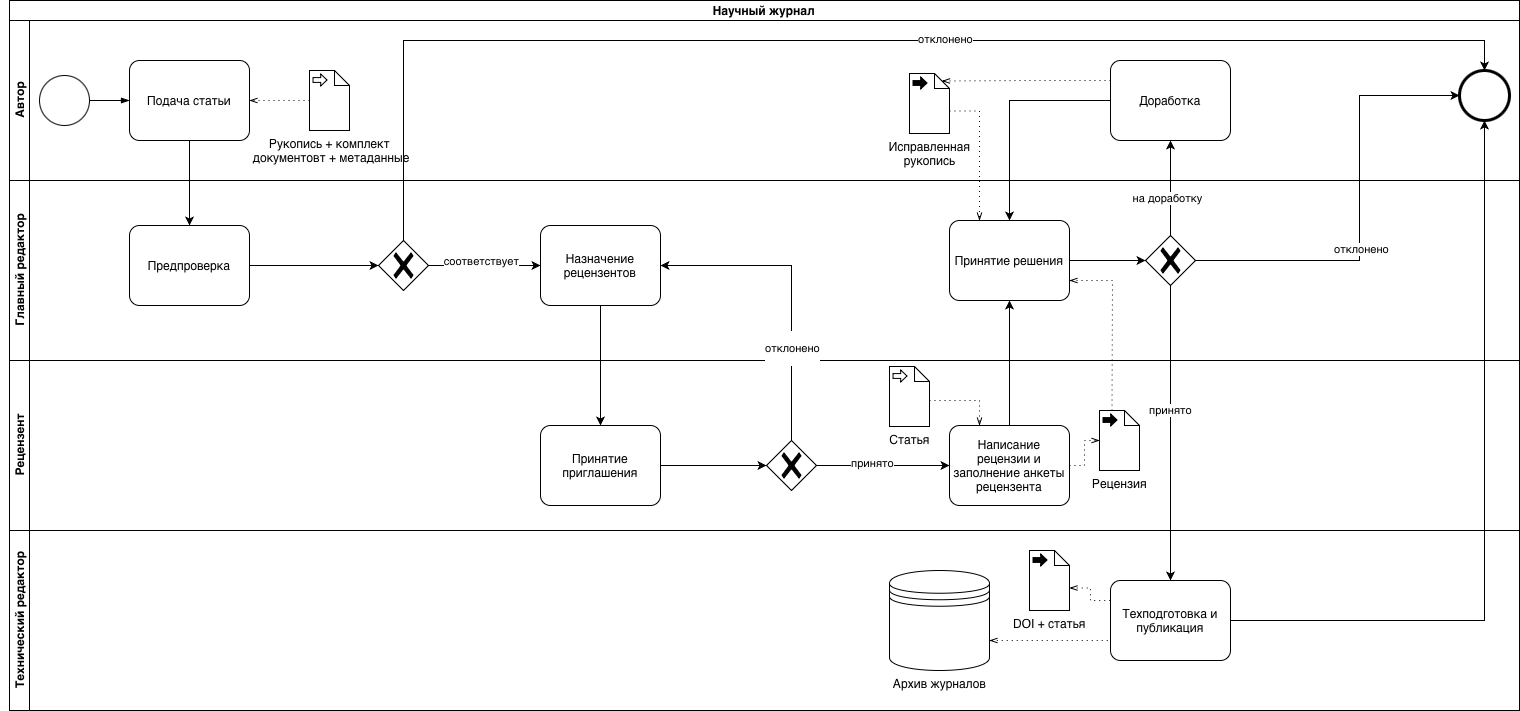
B-es/ScieJournalVSTU keeps this draw.io diagram as about/BPMN.png. Above is the earlier version. Source tidied: cells renumbered, new cells last; positions are measured from the earlier drawing's top-left corner, leaving out a move shared by most shapes.
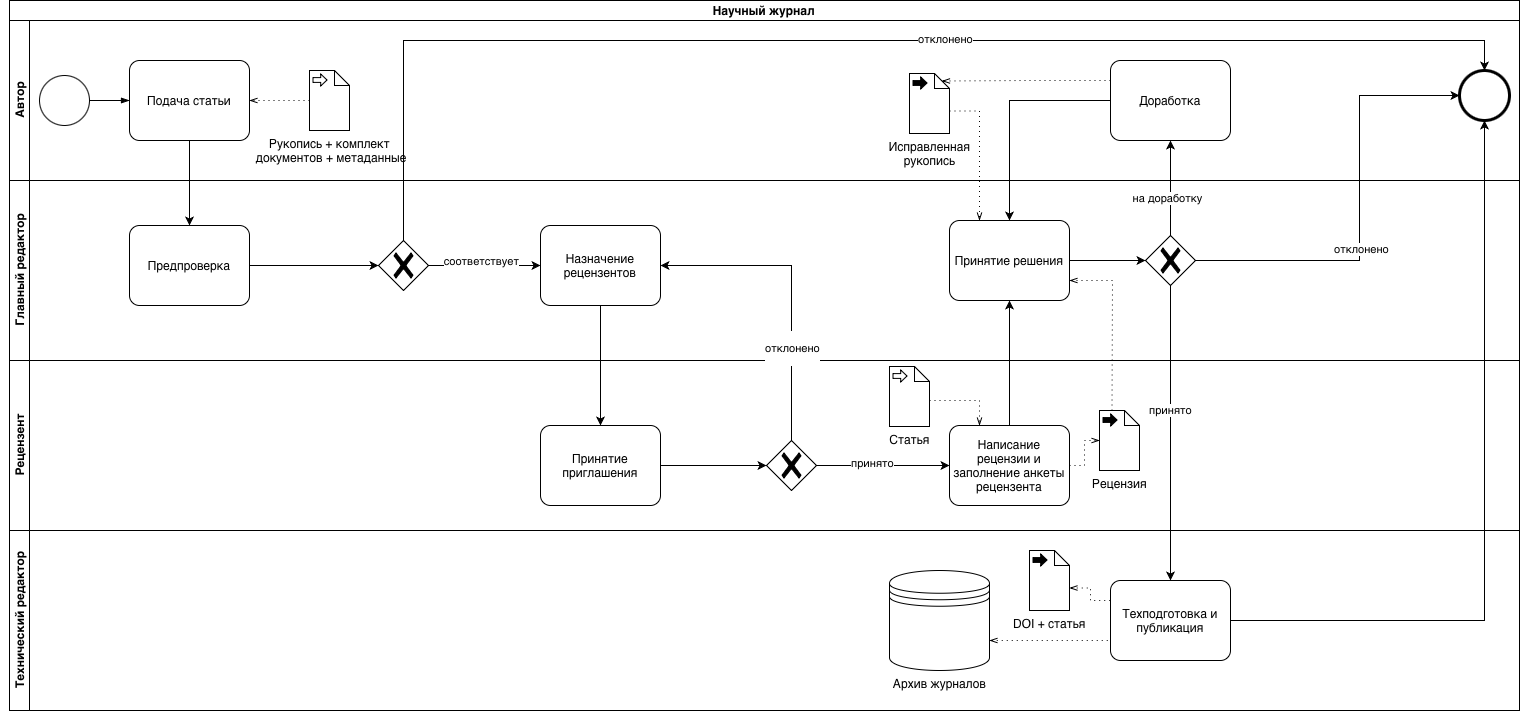
The same file after the commit.

Change to the diagram source:
```diff
@@ -1,4 +1,4 @@
-<mxGraphModel>
+<mxGraphModel background="#ffffff">
   <root>
     <mxCell id="0" />
     <mxCell id="1" parent="0" />
@@ -29,7 +29,7 @@
     <mxCell id="10" value="Исправленная&lt;br&gt;рукопись" style="shape=mxgraph.bpmn.data2;labelPosition=center;verticalLabelPosition=bottom;align=center;verticalAlign=top;size=15;html=1;bpmnTransferType=output;" parent="3" vertex="1">
       <mxGeometry x="900" y="53" width="40" height="60" as="geometry" />
     </mxCell>
-    <mxCell id="11" value="Рукопись + комплект&lt;div&gt;&amp;nbsp;документовт + метаданные&lt;/div&gt;" style="shape=mxgraph.bpmn.data2;labelPosition=center;verticalLabelPosition=bottom;align=center;verticalAlign=top;size=15;html=1;bpmnTransferType=input;" parent="3" vertex="1">
+    <mxCell id="11" value="Рукопись + комплект&lt;div&gt;&amp;nbsp;документов + метаданные&lt;/div&gt;" style="shape=mxgraph.bpmn.data2;labelPosition=center;verticalLabelPosition=bottom;align=center;verticalAlign=top;size=15;html=1;bpmnTransferType=input;" parent="3" vertex="1">
       <mxGeometry x="300" y="50" width="40" height="60" as="geometry" />
     </mxCell>
     <mxCell id="12" style="edgeStyle=elbowEdgeStyle;fontSize=12;html=1;endFill=0;startFill=0;endSize=6;startSize=6;dashed=1;dashPattern=1 4;endArrow=openThin;startArrow=none;rounded=0;entryX=0;entryY=0;entryDx=32.5;entryDy=7.5;entryPerimeter=0;exitX=0;exitY=0.25;exitDx=0;exitDy=0;exitPerimeter=0;" parent="3" edge="1" source="6" target="10">
```
